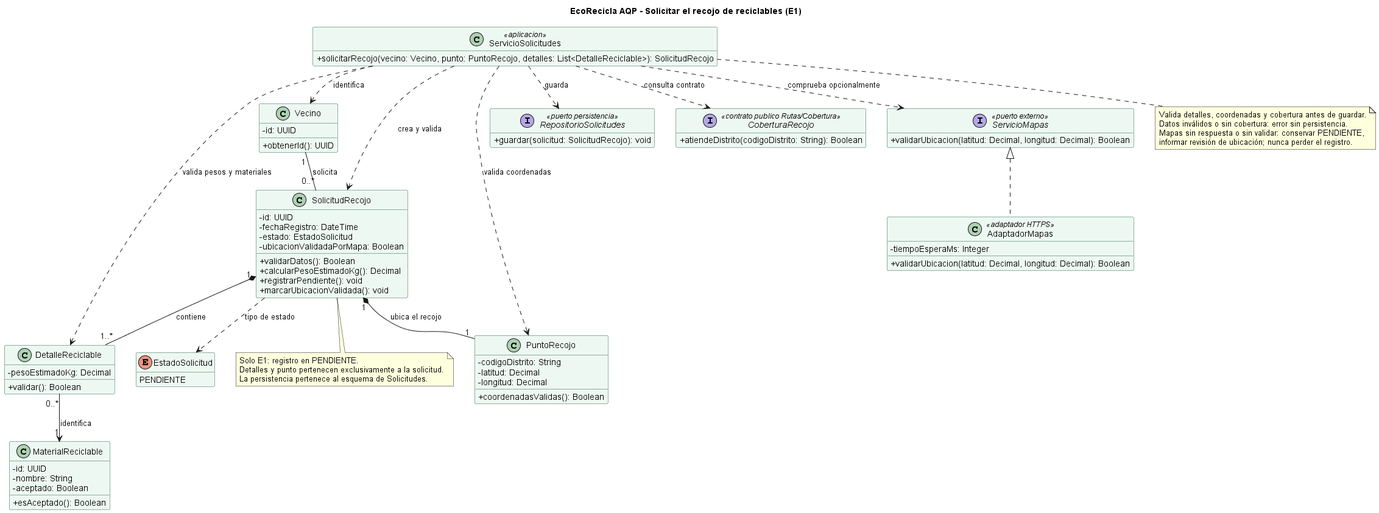
Earlier version of the PlantUML export docs/design/img/clases-solicitudes.png (SharonCondoriUNSA/cs-2026b-lab04-grupo10).
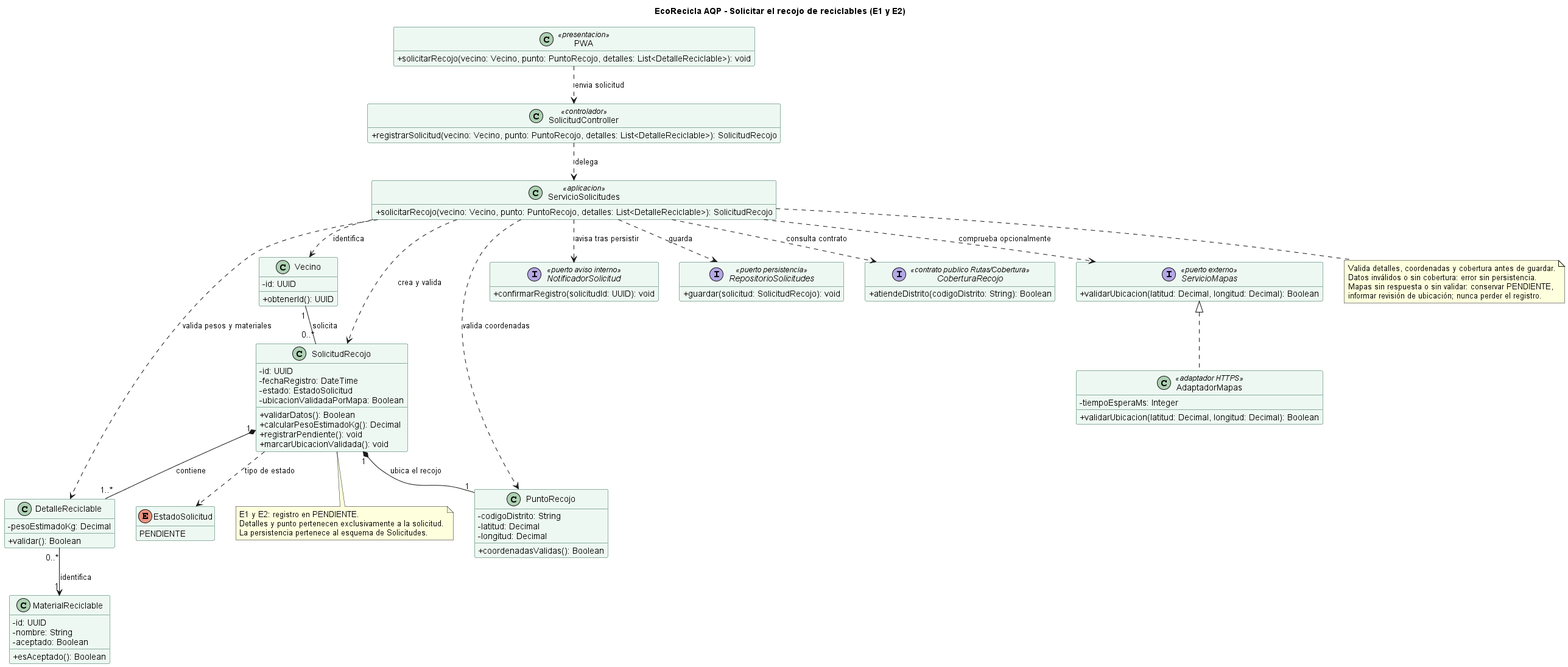
The same file after the commit.

Commit message:
feat: E2 Lab05 - secuencia de solicitud de recojo de reciclables

Diff of the diagram source:
```diff
@@ -1,5 +1,5 @@
 @startuml clases-solicitudes
-title EcoRecicla AQP - Solicitar el recojo de reciclables (E1)
+title EcoRecicla AQP - Solicitar el recojo de reciclables (E1 y E2)
 skinparam classAttributeIconSize 0
 skinparam shadowing false
 skinparam defaultFontName Arial
@@ -45,6 +45,15 @@
 class ServicioSolicitudes <<aplicacion>> {
   + solicitarRecojo(vecino: Vecino, punto: PuntoRecojo, detalles: List<DetalleReciclable>): SolicitudRecojo
 }
+class PWA <<presentacion>> {
+  + solicitarRecojo(vecino: Vecino, punto: PuntoRecojo, detalles: List<DetalleReciclable>): void
+}
+class SolicitudController <<controlador>> {
+  + registrarSolicitud(vecino: Vecino, punto: PuntoRecojo, detalles: List<DetalleReciclable>): SolicitudRecojo
+}
+interface NotificadorSolicitud <<puerto aviso interno>> {
+  + confirmarRegistro(solicitudId: UUID): void
+}
 interface RepositorioSolicitudes <<puerto persistencia>> {
   + guardar(solicitud: SolicitudRecojo): void
 }
@@ -71,6 +80,9 @@
 ServicioSolicitudes ..> RepositorioSolicitudes : guarda
 ServicioSolicitudes ..> CoberturaRecojo : consulta contrato
 ServicioSolicitudes ..> ServicioMapas : comprueba opcionalmente
+PWA ..> SolicitudController : envia solicitud
+SolicitudController ..> ServicioSolicitudes : delega
+ServicioSolicitudes ..> NotificadorSolicitud : avisa tras persistir
 ServicioMapas <|.. AdaptadorMapas
 
 note bottom of ServicioSolicitudes
@@ -80,7 +92,7 @@
   informar revisión de ubicación; nunca perder el registro.
 end note
 note bottom of SolicitudRecojo
-  Solo E1: registro en PENDIENTE.
+  E1 y E2: registro en PENDIENTE.
   Detalles y punto pertenecen exclusivamente a la solicitud.
   La persistencia pertenece al esquema de Solicitudes.
 end note
```
